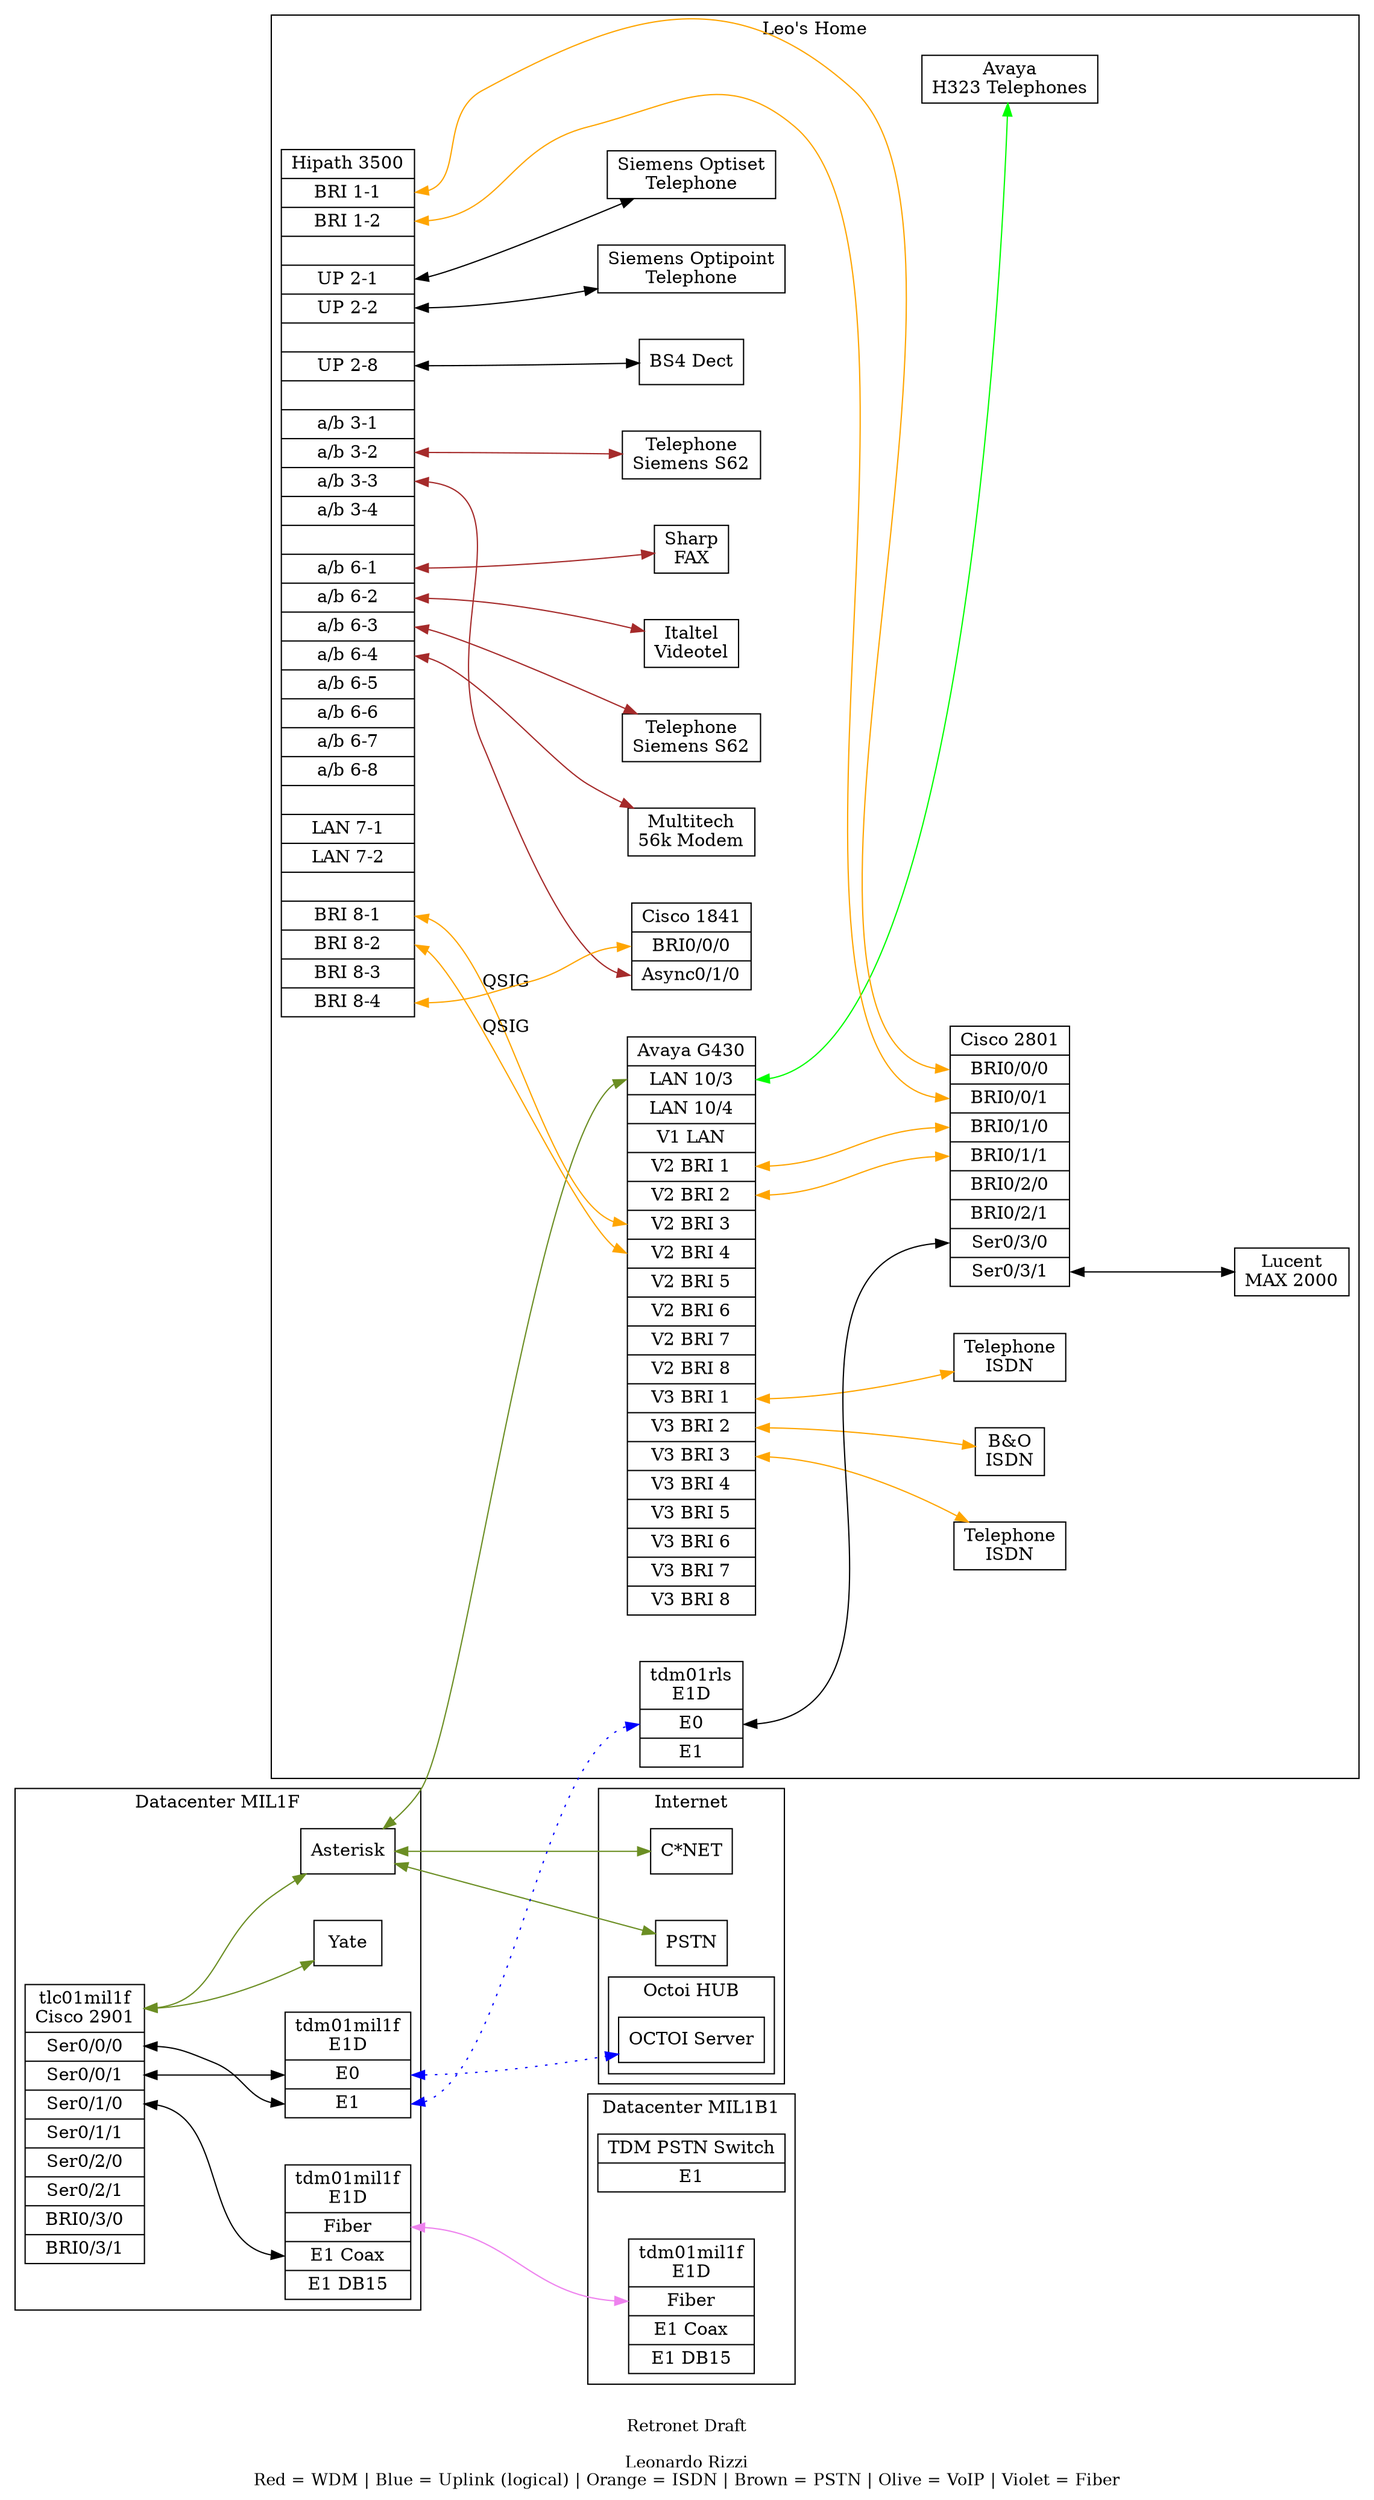
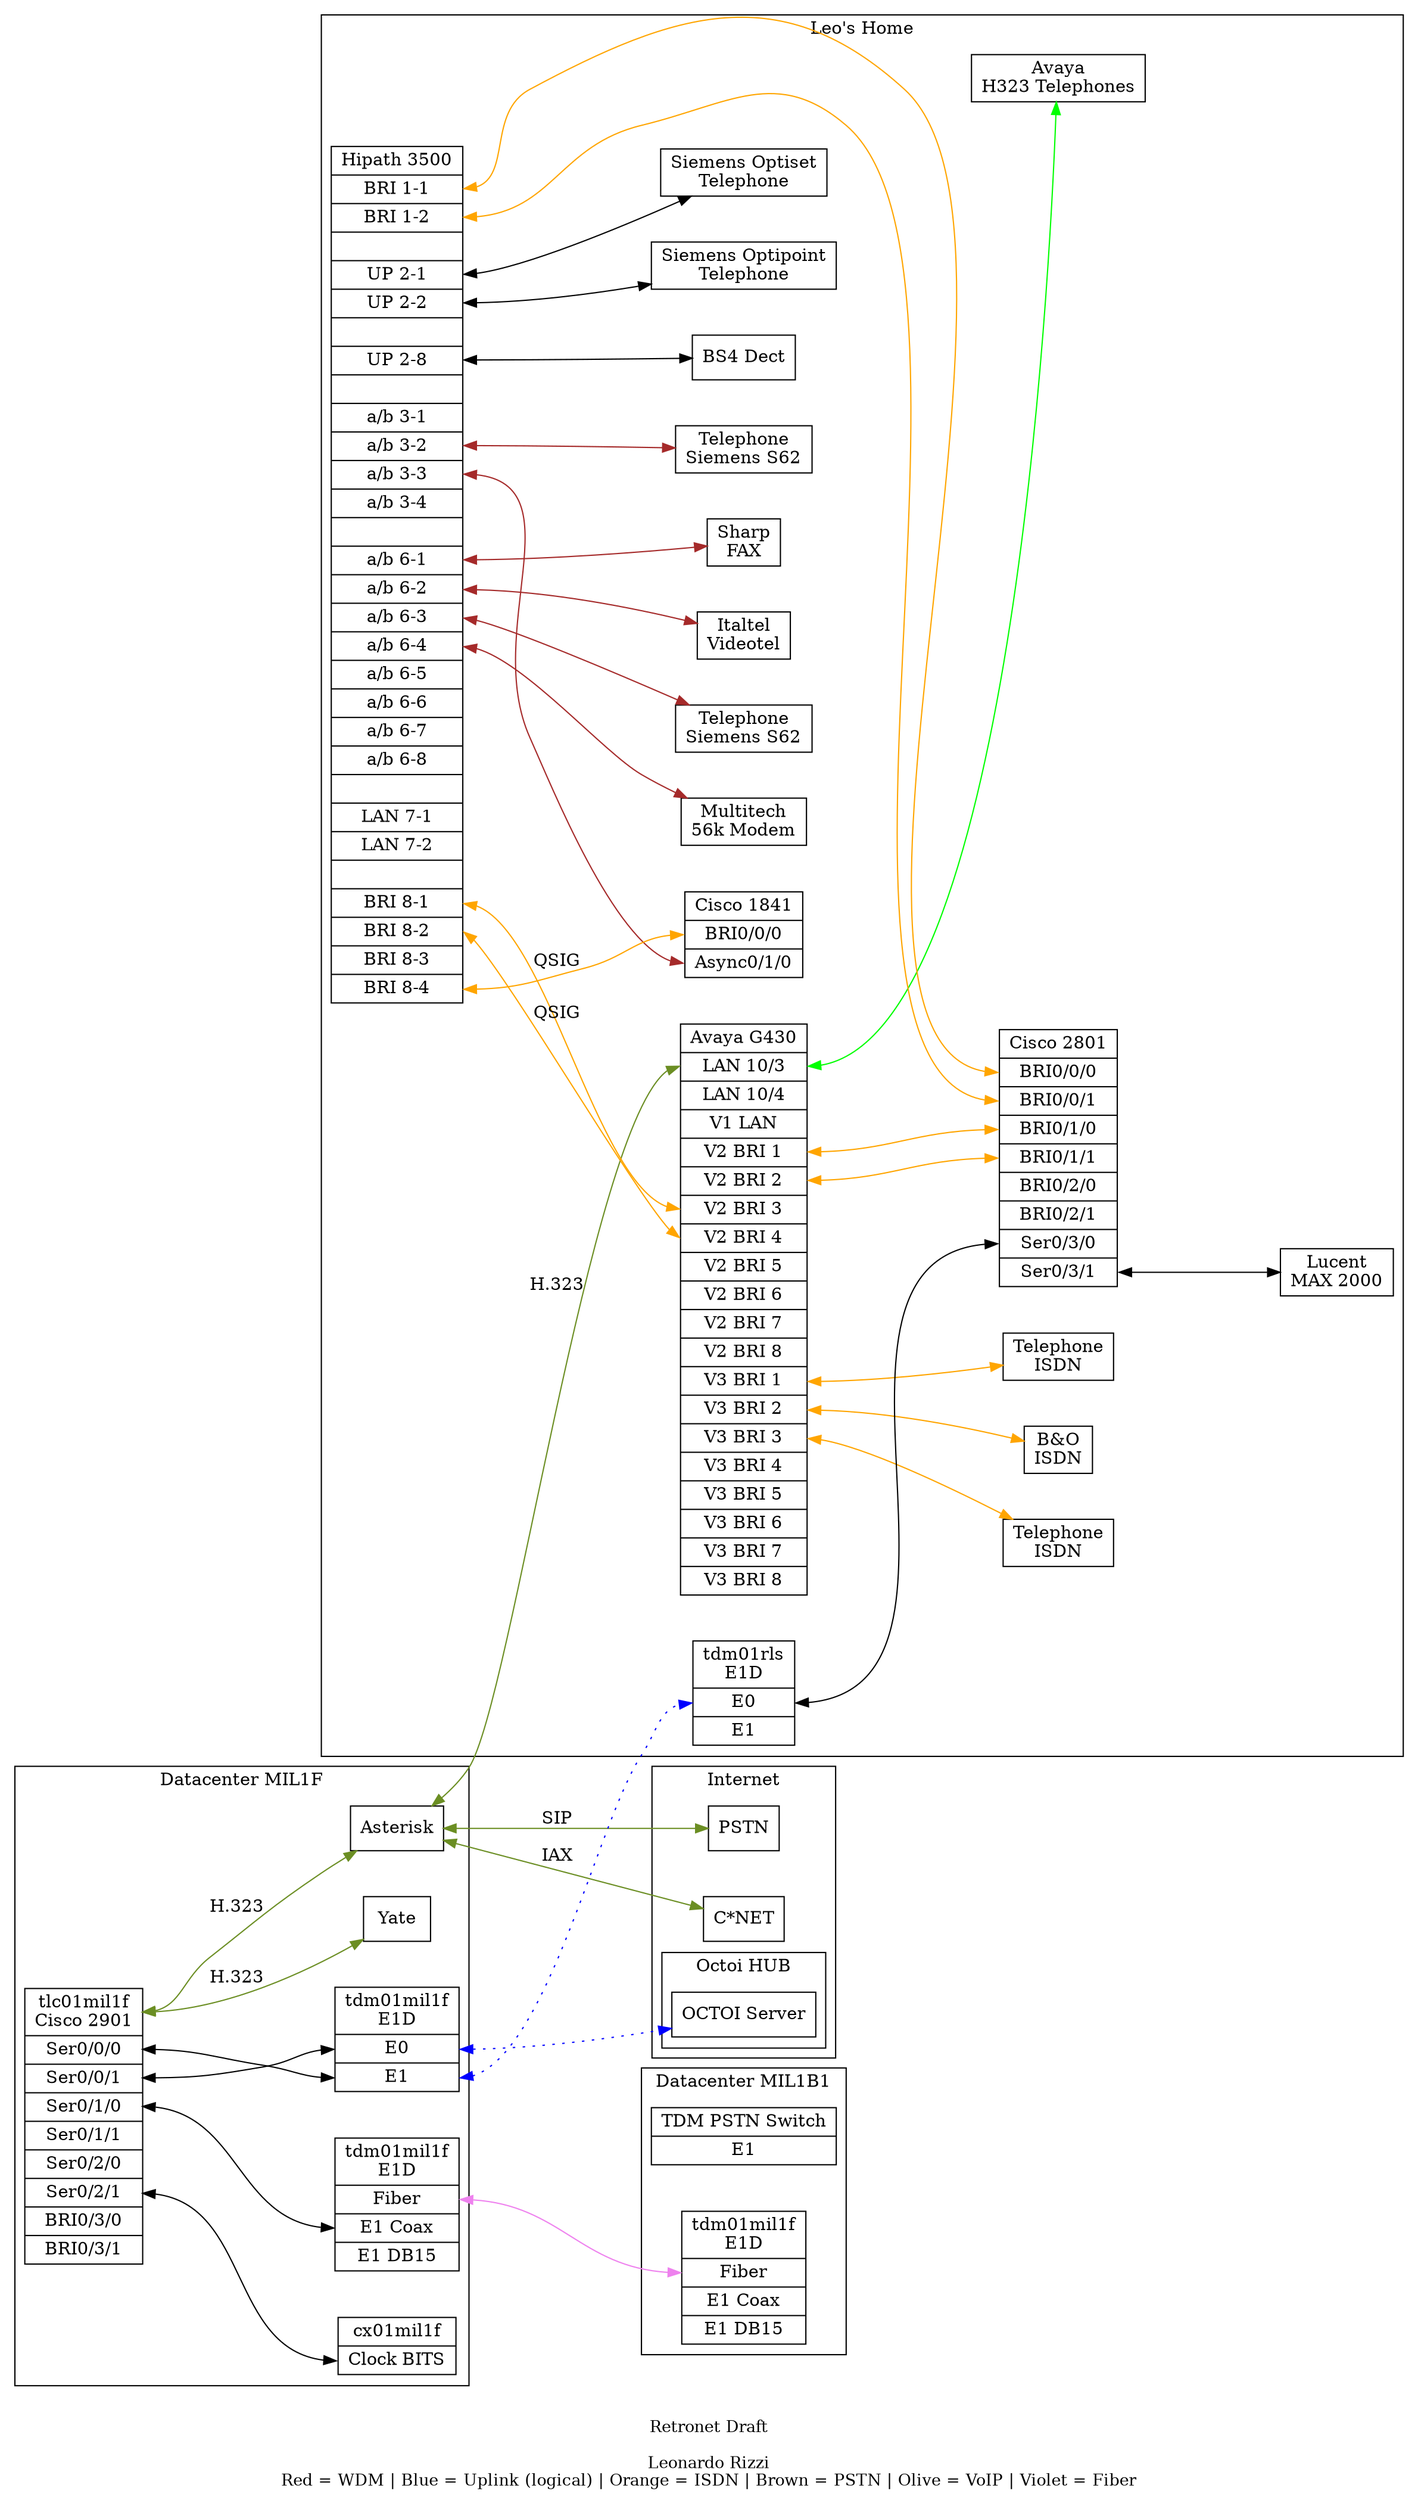
graph TDM {
graph [nodesep=0.5, ranksep=1.5];
//rankdir=RL;
rankdir=LR;
//clusterrank=none
compound=true;
edge [dir="both"]
//concentrate=true

subgraph cluster0 {
  label="Internet";

  cnet [shape=record,label="<host>C*NET"];
  pstn [shape=record,label="<host>PSTN"];

subgraph cluster00 {
  label="Octoi HUB";

  octoihub [shape=record,label="<host>OCTOI Server"];

}
}

subgraph cluster1 {
  label="Datacenter MIL1F";

  rlt01mil1 [shape=record,label="<host>Asterisk"];
  rlt02mil1 [shape=record,label="<host>Yate"];

  tdm01mil1f [shape=record,label="<host>tdm01mil1f\nE1D|<e0>E0|<e1>E1"];
  tlc01mil1f [shape=record,label="<host>tlc01mil1f\nCisco 2901|<s000>Ser0/0/0|<s001>Ser0/0/1|<s010>Ser0/1/0|<s011>Ser0/1/1|<s020>Ser0/2/0|<s021>Ser0/2/1|<bri030>BRI0/3/0|<bri031>BRI0/3/1"];

  fom01mil1f [shape=record,label="<host>tdm01mil1f\nE1D|<fiber>Fiber|<e1coax>E1 Coax|<e1db15>E1 DB15"];

+   cx01mil1f [shape=record,label="<host>cx01mil1f|<clk>Clock BITS"];
+ 
}

subgraph cluster2 {
  label="Datacenter MIL1B1";

  tdm01mil1b1 [shape=record,label="<host>TDM PSTN Switch|<e1>E1"];
  fom01mil1b1 [shape=record,label="<host>tdm01mil1f\nE1D|<fiber>Fiber|<e1coax>E1 Coax|<e1db15>E1 DB15"];

}

subgraph cluster3 {
  label="Leo's Home";
  //compt01rls [shape=record,label="<host>Auerswald|<e1>E1|<s01>S0-1|<s02>S0-2|<s03>S0-3|<s04>S0-4|<s05>S0-5|<s06>S0-6|<s07>S0-7|<s08>S0-8|<ab1>a/b 1|<ab2>a/b 2|<ab3>a/b 3|<ab4>a/b 4|<ab5>a/b 5|<ab6>a/b 6|<ab7>a/b 7|<ab8>a/b 8"];
  //compt02rls [shape=record,label="<host>Auerswald|<e1>E1|<s01>S0-1|<s02>S0-2|<s03>S0-3|<s04>S0-4|<s05>S0-5|<s06>S0-6|<s07>S0-7|<s08>S0-8|<ab1>a/b 1|<ab2>a/b 2|<ab3>a/b 3|<ab4>a/b 4|<ab5>a/b 5|<ab6>a/b 6|<ab7>a/b 7|<ab8>a/b 8"];
  //avaya01rls [shape=record,label="<host>Avaya IPO500|<lan1>LAN1|<lan2>LAN2|<ds_1-1>DS 1 (201)|<ds_1-2>DS 2 (202)|<ds_1-3>DS 3 (203)|<ds_1-4>DS 4 (204)|<ds_1-5>DS 5 (205)|<ds_1-6>DS 6 (206)|<ds_1-7>DS 7 (207)|<ds_1-8>DS 8 (208)|<s0_1-9>S0 1 (100)|<s0_1-10>S0 2 (105)|<ab_2-1>a/b 1 (211)|<ab_2-2>a/b 2 (212)|<ab_2-3>a/b 3 (213)|<ab_2-4>a/b 4 (214)|<ab_2-5>a/b 5 (215)|<ab_2-6>a/b 6 (216)|<ab_2-7>a/b 7 (217)|<ab_2-8>a/b 8 (218)|<s0_2-9>S0 3 (110)|<s0_2-10>S0 4 (115)|<s0_2-11>S0 5|<s0_2-12>S0 6||<e1_4-1>E1"];

  avaya02rls [shape=record,label="<host>Avaya G430|<lan10_3>LAN 10/3|<lan10_4>LAN 10/4|<v1-lan1>V1 LAN|<v201>V2 BRI 1|<v202>V2 BRI 2|<v203>V2 BRI 3|<v204>V2 BRI 4|<v205>V2 BRI 5|<v206>V2 BRI 6|<v207>V2 BRI 7|<v208>V2 BRI 8|<v301>V3 BRI 1|<v302>V3 BRI 2|<v303>V3 BRI 3|<v304>V3 BRI 4|<v305>V3 BRI 5|<v306>V3 BRI 6|<v307>V3 BRI 7|<v308>V3 BRI 8"];

  tdm01rls [shape=record,label="<host>tdm01rls\nE1D|<e0>E0|<e1>E1"];

  //r02rls [shape=record,label="Zyxel 202H"]

  tel01rls [shape=record,label="Telephone\nSiemens S62"];
  tel02rls [shape=record,label="Telephone\nSiemens S62"];

  itel01rls [shape=record,label="Telephone\nISDN"];
  itel02rls [shape=record,label="B&O\nISDN"];
  itel03rls [shape=record,label="Telephone\nISDN"];

  //modem01rls [shape=record,label="MAC PowerPC\n38.8k Modem"];
  //modem02rls [shape=record,label="MAC 68k\n56k Modem"];
  //modem03rls [shape=record,label="56k Modem"];
  modem04rls [shape=record,label="Multitech\n56k Modem"];

  viedotel01rls [shape=record,label="Italtel\nVideotel"];
  fax01rls [shape=record,label="Sharp\nFAX"];

  //patton01 [shape=record,label="<host>Patton\nSN4600|<bri00>BRI 0/0|<bri01>BRI 0/1|<bri02>BRI 0/2|<bri03>BRI 0/3"]
  cisco01rls [shape=record,label="<host>Cisco 2801|<bri000>BRI0/0/0|<bri001>BRI0/0/1|<bri010>BRI0/1/0|<bri011>BRI0/1/1|<bri020>BRI0/2/0|<bri021>BRI0/2/1|<s030>Ser0/3/0|<s031>Ser0/3/1"];
  cisco02rls [shape=record,label="<host>Cisco 1841|<bri000>BRI0/0/0|<as010>Async0/1/0"];
  //cisco03rls [shape=record,label="<host>cisco03rls\nCisco 2821|<s000>Ser0/0/0|<s001>Ser0/0/1|<s010>Ser0/0/0|<s011>Ser0/1/1|<bri030>BRI0/3/0|<bri031>BRI0/3/1"];
  //cisco04rls [shape=record,label="<host>cisco04rls\nCisco 2921|<s000>Ser0/0/0|<s001>Ser0/0/1|<s002>Ser0/0/2|<s003>Ser0/0/3|<s010>Ser0/1/0|<s011>Ser0/1/1|<s012>Ser0/1/2|<s013>Ser0/1/3|<bri030>BRI0/3/0|<bri031>BRI0/3/1"];
  //cisco05rls [shape=record,label="<host>cisco05rls\nCisco 881V|<bri1>BRI1|<bri2>BRI2|<fxs3>FXS3|<fxs4>FXS4|<fxs5>FXS5|<fxs6>FXS6|<fxo7>FXO7"];

  hi01rls [shape=record,label="<host>Hipath 3500|<1_1>BRI 1-1|<1_2>BRI 1-2||<2_1>UP 2-1|<2_2>UP 2-2||<2_8>UP 2-8||<3_1>a/b 3-1|<3_2>a/b 3-2|<3_3>a/b 3-3|<3_4>a/b 3-4||<6_1>a/b 6-1|<6_2>a/b 6-2|<6_3>a/b 6-3|<6_4>a/b 6-4|<6_5>a/b 6-5|<6_6>a/b 6-6|<6_7>a/b 6-7|<6_8>a/b 6-8||<7_1>LAN 7-1|<7_2>LAN 7-2||<8_1>BRI 8-1|<8_2>BRI 8-2|<8_3>BRI 8-3|<8_4>BRI 8-4"];

  bs01 [shape=record,label="BS4 Dect"]

  //ras01rls [shape=record,label="<host>3Com\nRAS1500"]
  max01rls [shape=record,label="<host>Lucent\nMAX 2000"]
  //max02rls [shape=record,label="<host>Lucent\nMAX 6000"]
  //tandberg01 [shape=record,label="<host>Tandberg\nMXP"]

  //tsrv01 [shape=record,label="<host>Cyclades\nAlterPath"]

  //r02rls [shape=record,label="<host>LANCOM\n1700"]
  //tel01rls [shape=record,label="Telephone"];

  //ds01rls [shape=record,label="Avaya DS\nTelephone"];
  //ds02rls [shape=record,label="Avaya DS\nTelephone"];
  //ds03rls [shape=record,label="Avaya DS\nTelephone"];

  up01rls [shape=record,label="Siemens Optiset\nTelephone"];
  up02rls [shape=record,label="Siemens Optipoint\nTelephone"];

  h323rls [shape=record,label="Avaya\nH323 Telephones"];

  //win2000 [shape=record,label="Windows 2000 RVS"];
  //gigaset02rls [shape=record,label="Gigaset DECT"];
  //gigaset01rls [shape=record,label="Gigaset DECT"];

}

// OCTOI Logical Link
tdm01mil1f:e1 -- tdm01rls:e0 [color=blue style=dotted]
tdm01mil1f:e0 -- octoihub:host [color=blue style=dotted]

// MIL1 Campus Link
fom01mil1f:fiber -- fom01mil1b1:fiber [color=violet]

// MIL1F E1 Switch

tlc01mil1f:s000 -- tdm01mil1f:e1
tlc01mil1f:s001 -- tdm01mil1f:e0
tlc01mil1f:s010 -- fom01mil1f:e1coax
+ tlc01mil1f:s021 -- cx01mil1f:clk

//Moved to RLS
//cisco02rls:s000 -- tdm01mil1f:e1
//cisco02rls:s001 -- compt01rls:e1
//cisco02rls:s002 -- max01rls:e1
//cisco02rls:s003 -- tdm01mil1f:e0
//cisco02rls:s010 -- cisco01rls:s000
//cisco02rls:s011 -- max02rls
//cisco02rls:s012 -- tandberg01
//compt01rls:s05 -- r02rls [color=orange]
//compt01rls:s07 -- r01rls [color=orange]
//compt01rls:ab1 -- modem01rls [color=brown]
//compt01rls:ab2 -- tel01rls [color=brown]
//compt01rls:s04 -- win2000 [color=orange]
//compt01rls:ab3 -- win2000 [color=brown]
//compt01rls:s02 -- cisco03rls:bri1 [color=orange]
//compt01rls:s03 -- tsrv01 [color=orange]

//MIL1
//tdm01mil1:e1 -- compt01mil1:e1
//compt01mil1:s01 -- r01mil1 [color=orange]
//compt01mil1:s02 -- patton01mil1 [color=orange]
- tlc01mil1f:host -- rlt01mil1 [color=olivedrab]
- tlc01mil1f:host -- rlt02mil1 [color=olivedrab]
+ tlc01mil1f:host -- rlt01mil1 [color=olivedrab label="H.323"]
+ tlc01mil1f:host -- rlt02mil1 [color=olivedrab label="H.323"]
//avaya01rls:lan1 -- rlt02mil1 [color=olivedrab]
- rlt01mil1 -- cnet [color=olivedrab]
- rlt01mil1 -- pstn [color=olivedrab]
+ rlt01mil1 -- cnet [color=olivedrab label="IAX"]
+ rlt01mil1 -- pstn [color=olivedrab label="SIP"]
//rlt01mil1 -- rlt02mil1 [color=olivedrab]


//RLS
//tdm01rls:e0 -- avaya01rls:"e1_4-1"
tdm01rls:e0 -- cisco01rls:s030
//cisco01rls:s011 -- compt01rls:e1
cisco01rls:s031 -- max01rls

- avaya02rls:"lan10_3" -- rlt01mil1 [color=olivedrab]
+ avaya02rls:"lan10_3" -- rlt01mil1 [color=olivedrab label="H.323"]
avaya02rls:"lan10_3" -- h323rls [color=green]

avaya02rls:v201 -- cisco01rls:bri010 [color=orange]
avaya02rls:v202 -- cisco01rls:bri011 [color=orange]

avaya02rls:v301 -- itel01rls [color=orange]
avaya02rls:v302 -- itel02rls [color=orange]
avaya02rls:v303 -- itel03rls [color=orange]


hi01rls:"1_1" -- cisco01rls:bri000 [color=orange]
hi01rls:"1_2" -- cisco01rls:bri001 [color=orange]

hi01rls:"2_1" -- up01rls
hi01rls:"2_2" -- up02rls
hi01rls:"2_8" -- bs01

hi01rls:"3_2" -- tel01rls [color=brown]
hi01rls:"3_3" -- cisco02rls:as010 [color=brown]

hi01rls:"6_1" -- fax01rls [color=brown]
hi01rls:"6_2" -- viedotel01rls [color=brown]
hi01rls:"6_3" -- tel02rls [color=brown]
hi01rls:"6_4" -- modem04rls [color=brown]

//hi01rls:"7_1" -- rlt01mil1 [color=green]

hi01rls:"8_1" -- avaya02rls:v203 [color=orange label="QSIG"]
hi01rls:"8_2" -- avaya02rls:v204 [color=orange label="QSIG"]
hi01rls:"8_4" -- cisco02rls:bri000 [color=orange]


//avaya01rls:"ab_2-5" -- modem03rls [color=brown]
//avaya01rls:"ab_2-3" -- modem04rls [color=brown]
//avaya01rls:"ab_2_4" -- cisco02rls [color=brown]
//avaya01rls:"ds_1-1" -- ds01rls [color=grey]
//avaya01rls:"ds_1-2" -- ds02rls [color=grey]
//avaya01rls:"ds_1-3" -- ds03rls [color=grey]

//compt01rls:ab1 -- modem01rls [color=brown]
//compt01rls:ab2 -- modem02rls [color=brown]
//compt01rls:ab3 -- thinkpad [color=brown]
//compt01rls:ab4 -- tel01rls [color=brown]
//compt01rls:ab5 -- tel02rls [color=brown]
//compt01rls:ab6 -- modem03rls [color=brown]

//patton01:host -- rlt01mil1 [color=olivedrab]
//patton01:bri00 -- compt01rls:s01 [color=orange]
//patton01:bri01 -- compt01rls:s02 [color=orange]

label = "\nRetronet Draft\n\nLeonardo Rizzi\nRed = WDM | Blue = Uplink (logical) | Orange = ISDN | Brown = PSTN | Olive = VoIP | Violet = Fiber";
fontsize=13;
}